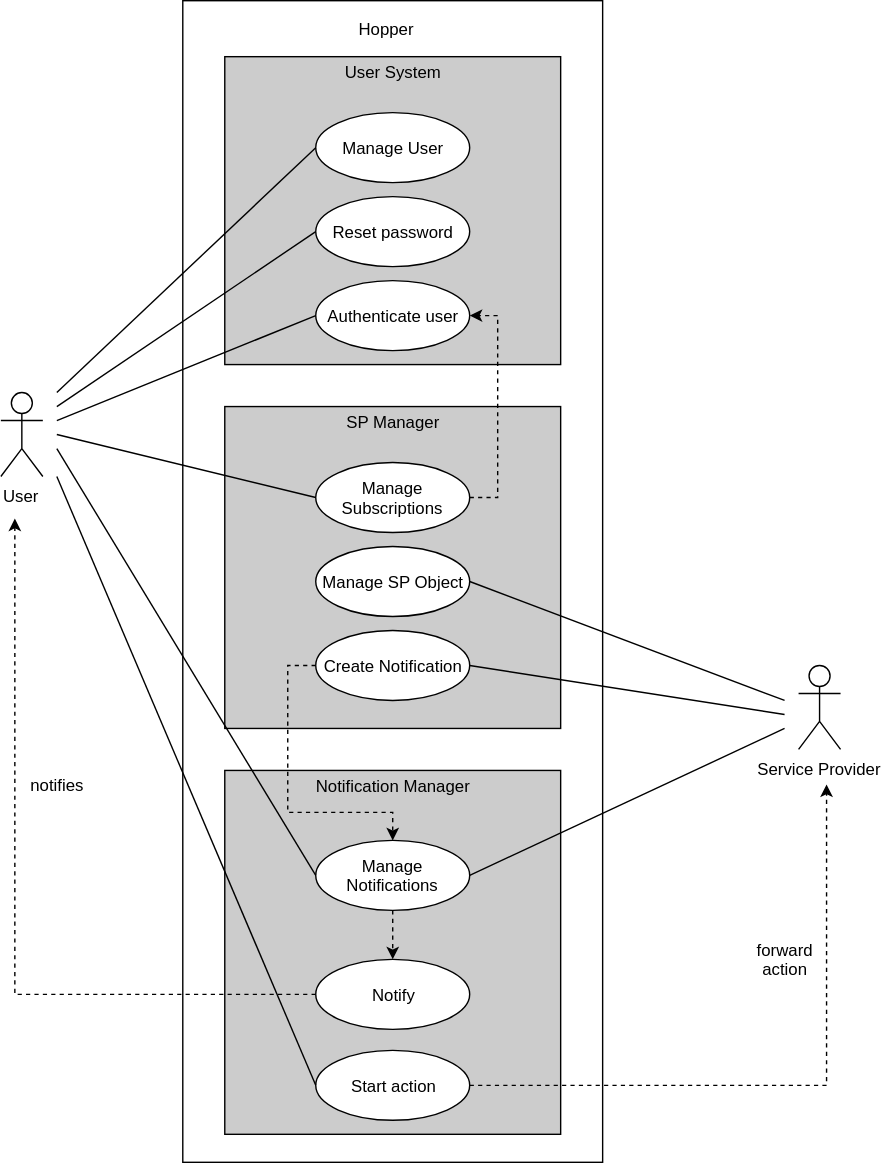
This is img/ucd.svg from hopperteam/hopper-doc, a draw.io export, as it was before one commit. Source tidied: cells renumbered, new cells last; positions are measured from the earlier drawing's top-left corner, leaving out a move shared by most shapes.
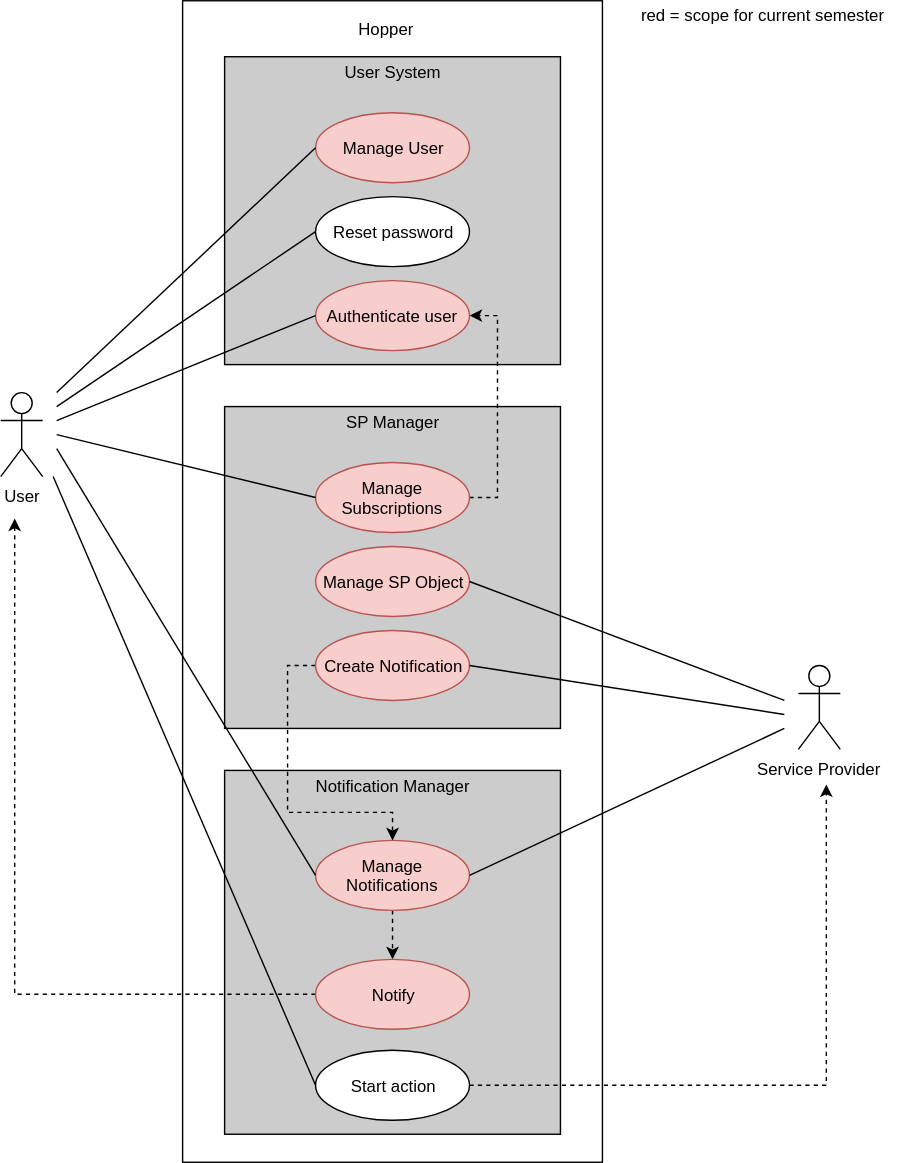
The same diagram one commit later.

Commit message:
Update scope in ucd

What changed in the source:
```diff
@@ -2,78 +2,78 @@
   <root>
     <mxCell id="0" />
     <mxCell id="1" parent="0" />
-    <mxCell id="2" style="rounded=0;whiteSpace=wrap;html=1;fillColor=#ffffff;" parent="1" vertex="1">
-      <mxGeometry x="130" width="300" height="830" as="geometry" />
-    </mxCell>
+    <mxCell id="34" style="rounded=0;whiteSpace=wrap;html=1;fillColor=#ffffff;" parent="1" vertex="1">
+      <mxGeometry x="130" width="300" height="830" as="geometry" />
+    </mxCell>
     <mxCell id="3" value="&lt;p style=&quot;margin: 0px ; margin-top: 4px ; text-align: center&quot;&gt;User System&lt;/p&gt;" style="verticalAlign=top;align=left;overflow=fill;fontSize=12;fontFamily=Helvetica;html=1;fillColor=#CCCCCC;" parent="1" vertex="1">
       <mxGeometry x="160" y="40" width="240" height="220" as="geometry" />
     </mxCell>
     <mxCell id="4" value="User" style="shape=umlActor;verticalLabelPosition=bottom;labelBackgroundColor=#ffffff;verticalAlign=top;html=1;" parent="1" vertex="1">
       <mxGeometry y="280" width="30" height="60" as="geometry" />
     </mxCell>
-    <mxCell id="5" value="Manage User" style="ellipse;whiteSpace=wrap;html=1;" parent="1" vertex="1">
+    <mxCell id="5" value="Manage User" style="ellipse;whiteSpace=wrap;html=1;fillColor=#f8cecc;strokeColor=#b85450;" parent="1" vertex="1">
       <mxGeometry x="225" y="80" width="110" height="50" as="geometry" />
     </mxCell>
-    <mxCell id="6" style="endArrow=none;html=1;entryX=0;entryY=0.5;entryDx=0;entryDy=0;" parent="1" edge="1" target="5">
-      <mxGeometry relative="1" as="geometry">
-        <mxPoint x="40" y="280" as="sourcePoint" />
-      </mxGeometry>
-    </mxCell>
+    <mxCell id="35" style="endArrow=none;html=1;entryX=0;entryY=0.5;entryDx=0;entryDy=0;" parent="1" edge="1" target="5">
+      <mxGeometry relative="1" as="geometry">
+        <mxPoint x="40" y="280" as="sourcePoint" />
+      </mxGeometry>
+    </mxCell>
     <mxCell id="7" value="Reset password" style="ellipse;whiteSpace=wrap;html=1;" parent="1" vertex="1">
       <mxGeometry x="225" y="140" width="110" height="50" as="geometry" />
     </mxCell>
-    <mxCell id="8" style="endArrow=none;html=1;entryX=0;entryY=0.5;entryDx=0;entryDy=0;" parent="1" edge="1" target="7">
-      <mxGeometry relative="1" as="geometry">
-        <mxPoint x="40" y="290" as="sourcePoint" />
-      </mxGeometry>
-    </mxCell>
+    <mxCell id="36" style="endArrow=none;html=1;entryX=0;entryY=0.5;entryDx=0;entryDy=0;" parent="1" edge="1" target="7">
+      <mxGeometry relative="1" as="geometry">
+        <mxPoint x="40" y="290" as="sourcePoint" />
+      </mxGeometry>
+    </mxCell>
     <mxCell id="9" value="&lt;p style=&quot;margin: 0px ; margin-top: 4px ; text-align: center&quot;&gt;SP Manager&lt;/p&gt;" style="verticalAlign=top;align=left;overflow=fill;fontSize=12;fontFamily=Helvetica;html=1;gradientColor=none;fillColor=#CCCCCC;" parent="1" vertex="1">
       <mxGeometry x="160" y="290" width="240" height="230" as="geometry" />
     </mxCell>
-    <mxCell id="10" value="Manage SP Object" style="ellipse;whiteSpace=wrap;html=1;" parent="1" vertex="1">
+    <mxCell id="10" value="Manage SP Object" style="ellipse;whiteSpace=wrap;html=1;fillColor=#f8cecc;strokeColor=#b85450;" parent="1" vertex="1">
       <mxGeometry x="225" y="390" width="110" height="50" as="geometry" />
     </mxCell>
     <mxCell id="11" style="edgeStyle=orthogonalEdgeStyle;rounded=0;jettySize=auto;html=1;exitX=1;exitY=0.5;exitDx=0;exitDy=0;entryX=1;entryY=0.5;entryDx=0;entryDy=0;dashed=1;" parent="1" edge="1" source="12" target="13">
       <mxGeometry relative="1" as="geometry" />
     </mxCell>
-    <mxCell id="12" value="Manage Subscriptions" style="ellipse;whiteSpace=wrap;html=1;" parent="1" vertex="1">
+    <mxCell id="12" value="Manage Subscriptions" style="ellipse;whiteSpace=wrap;html=1;fillColor=#f8cecc;strokeColor=#b85450;" parent="1" vertex="1">
       <mxGeometry x="225" y="330" width="110" height="50" as="geometry" />
     </mxCell>
-    <mxCell id="13" value="Authenticate user" style="ellipse;whiteSpace=wrap;html=1;" parent="1" vertex="1">
+    <mxCell id="13" value="Authenticate user" style="ellipse;whiteSpace=wrap;html=1;fillColor=#f8cecc;strokeColor=#b85450;" parent="1" vertex="1">
       <mxGeometry x="225" y="200" width="110" height="50" as="geometry" />
     </mxCell>
     <mxCell id="14" value="Service Provider" style="shape=umlActor;verticalLabelPosition=bottom;labelBackgroundColor=#ffffff;verticalAlign=top;html=1;" parent="1" vertex="1">
       <mxGeometry x="570" y="475" width="30" height="60" as="geometry" />
     </mxCell>
-    <mxCell id="15" style="endArrow=none;html=1;entryX=1;entryY=0.5;entryDx=0;entryDy=0;" parent="1" edge="1" target="10">
-      <mxGeometry relative="1" as="geometry">
-        <mxPoint x="560" y="500" as="sourcePoint" />
-      </mxGeometry>
-    </mxCell>
-    <mxCell id="16" style="endArrow=none;html=1;entryX=0;entryY=0.5;entryDx=0;entryDy=0;" parent="1" edge="1" target="12">
-      <mxGeometry relative="1" as="geometry">
-        <mxPoint x="40" y="310" as="sourcePoint" />
-      </mxGeometry>
-    </mxCell>
-    <mxCell id="17" style="endArrow=none;html=1;entryX=0;entryY=0.5;entryDx=0;entryDy=0;" parent="1" edge="1" target="13">
-      <mxGeometry relative="1" as="geometry">
-        <mxPoint x="40" y="300" as="sourcePoint" />
-      </mxGeometry>
-    </mxCell>
+    <mxCell id="37" style="endArrow=none;html=1;entryX=1;entryY=0.5;entryDx=0;entryDy=0;" parent="1" edge="1" target="10">
+      <mxGeometry relative="1" as="geometry">
+        <mxPoint x="560" y="500" as="sourcePoint" />
+      </mxGeometry>
+    </mxCell>
+    <mxCell id="38" style="endArrow=none;html=1;entryX=0;entryY=0.5;entryDx=0;entryDy=0;" parent="1" edge="1" target="12">
+      <mxGeometry relative="1" as="geometry">
+        <mxPoint x="40" y="310" as="sourcePoint" />
+      </mxGeometry>
+    </mxCell>
+    <mxCell id="39" style="endArrow=none;html=1;entryX=0;entryY=0.5;entryDx=0;entryDy=0;" parent="1" edge="1" target="13">
+      <mxGeometry relative="1" as="geometry">
+        <mxPoint x="40" y="300" as="sourcePoint" />
+      </mxGeometry>
+    </mxCell>
     <mxCell id="18" value="&lt;p style=&quot;margin: 0px ; margin-top: 4px ; text-align: center&quot;&gt;Notification Manager&lt;/p&gt;" style="verticalAlign=top;align=left;overflow=fill;fontSize=12;fontFamily=Helvetica;html=1;fillColor=#CCCCCC;" parent="1" vertex="1">
       <mxGeometry x="160" y="550" width="240" height="260" as="geometry" />
     </mxCell>
     <mxCell id="19" style="edgeStyle=orthogonalEdgeStyle;rounded=0;jettySize=auto;html=1;exitX=0.5;exitY=1;exitDx=0;exitDy=0;entryX=0.5;entryY=0;entryDx=0;entryDy=0;dashed=1;" parent="1" edge="1" source="20" target="27">
       <mxGeometry relative="1" as="geometry" />
     </mxCell>
-    <mxCell id="20" value="Manage Notifications" style="ellipse;whiteSpace=wrap;html=1;" parent="1" vertex="1">
+    <mxCell id="20" value="Manage Notifications" style="ellipse;whiteSpace=wrap;html=1;fillColor=#f8cecc;strokeColor=#b85450;" parent="1" vertex="1">
       <mxGeometry x="225" y="600" width="110" height="50" as="geometry" />
     </mxCell>
-    <mxCell id="21" style="endArrow=none;html=1;entryX=1;entryY=0.5;entryDx=0;entryDy=0;" parent="1" edge="1" target="20">
-      <mxGeometry relative="1" as="geometry">
-        <mxPoint x="560" y="520" as="sourcePoint" />
-      </mxGeometry>
-    </mxCell>
+    <mxCell id="40" style="endArrow=none;html=1;entryX=1;entryY=0.5;entryDx=0;entryDy=0;" parent="1" edge="1" target="20">
+      <mxGeometry relative="1" as="geometry">
+        <mxPoint x="560" y="520" as="sourcePoint" />
+      </mxGeometry>
+    </mxCell>
     <mxCell id="22" style="edgeStyle=orthogonalEdgeStyle;rounded=0;jettySize=auto;html=1;exitX=0;exitY=0.5;exitDx=0;exitDy=0;dashed=1;entryX=0.5;entryY=0;entryDx=0;entryDy=0;" parent="1" edge="1" source="23" target="20">
       <mxGeometry relative="1" as="geometry">
         <Array as="points">
@@ -83,52 +83,49 @@
         </Array>
       </mxGeometry>
     </mxCell>
-    <mxCell id="23" value="Create Notification" style="ellipse;whiteSpace=wrap;html=1;" parent="1" vertex="1">
+    <mxCell id="23" value="Create Notification" style="ellipse;whiteSpace=wrap;html=1;fillColor=#f8cecc;strokeColor=#b85450;" parent="1" vertex="1">
       <mxGeometry x="225" y="450" width="110" height="50" as="geometry" />
     </mxCell>
-    <mxCell id="24" style="endArrow=none;html=1;entryX=1;entryY=0.5;entryDx=0;entryDy=0;" parent="1" edge="1" target="23">
-      <mxGeometry relative="1" as="geometry">
-        <mxPoint x="560" y="510" as="sourcePoint" />
-      </mxGeometry>
-    </mxCell>
-    <mxCell id="25" style="endArrow=none;html=1;entryX=0;entryY=0.5;entryDx=0;entryDy=0;" parent="1" edge="1" target="20">
-      <mxGeometry relative="1" as="geometry">
-        <mxPoint x="40" y="320" as="sourcePoint" />
-      </mxGeometry>
-    </mxCell>
-    <mxCell id="26" style="edgeStyle=orthogonalEdgeStyle;rounded=0;jettySize=auto;html=1;exitX=0;exitY=0.5;exitDx=0;exitDy=0;dashed=1;" parent="1" edge="1" source="27">
-      <mxGeometry relative="1" as="geometry">
-        <mxPoint x="10" y="370" as="targetPoint" />
-      </mxGeometry>
-    </mxCell>
+    <mxCell id="41" style="endArrow=none;html=1;entryX=1;entryY=0.5;entryDx=0;entryDy=0;" parent="1" edge="1" target="23">
+      <mxGeometry relative="1" as="geometry">
+        <mxPoint x="560" y="510" as="sourcePoint" />
+      </mxGeometry>
+    </mxCell>
+    <mxCell id="42" style="endArrow=none;html=1;entryX=0;entryY=0.5;entryDx=0;entryDy=0;" parent="1" edge="1" target="20">
+      <mxGeometry relative="1" as="geometry">
+        <mxPoint x="40" y="320" as="sourcePoint" />
+      </mxGeometry>
+    </mxCell>
+    <mxCell id="43" style="edgeStyle=orthogonalEdgeStyle;rounded=0;jettySize=auto;html=1;exitX=0;exitY=0.5;exitDx=0;exitDy=0;dashed=1;" parent="1" edge="1" source="27">
+      <mxGeometry relative="1" as="geometry">
+        <mxPoint x="10" y="370" as="targetPoint" />
+      </mxGeometry>
+    </mxCell>
-    <mxCell id="27" value="Notify" style="ellipse;whiteSpace=wrap;html=1;" parent="1" vertex="1">
+    <mxCell id="27" value="Notify" style="ellipse;whiteSpace=wrap;html=1;fillColor=#f8cecc;strokeColor=#b85450;" parent="1" vertex="1">
       <mxGeometry x="225" y="685" width="110" height="50" as="geometry" />
     </mxCell>
-    <mxCell id="28" style="edgeStyle=orthogonalEdgeStyle;rounded=0;jettySize=auto;html=1;exitX=1;exitY=0.5;exitDx=0;exitDy=0;dashed=1;" parent="1" edge="1" source="29">
-      <mxGeometry relative="1" as="geometry">
-        <mxPoint x="590" y="560" as="targetPoint" />
-        <Array as="points">
-          <mxPoint x="590" y="775" />
-          <mxPoint x="590" y="570" />
-        </Array>
-      </mxGeometry>
-    </mxCell>
+    <mxCell id="44" style="edgeStyle=orthogonalEdgeStyle;rounded=0;jettySize=auto;html=1;exitX=1;exitY=0.5;exitDx=0;exitDy=0;dashed=1;" parent="1" edge="1" source="29">
+      <mxGeometry relative="1" as="geometry">
+        <mxPoint x="590" y="560" as="targetPoint" />
+        <Array as="points">
+          <mxPoint x="590" y="775" />
+          <mxPoint x="590" y="570" />
+        </Array>
+      </mxGeometry>
+    </mxCell>
     <mxCell id="29" value="Start action" style="ellipse;whiteSpace=wrap;html=1;" parent="1" vertex="1">
       <mxGeometry x="225" y="750" width="110" height="50" as="geometry" />
     </mxCell>
-    <mxCell id="30" style="endArrow=none;html=1;entryX=0;entryY=0.5;entryDx=0;entryDy=0;" parent="1" edge="1" target="29">
-      <mxGeometry relative="1" as="geometry">
-        <mxPoint x="40" y="340" as="sourcePoint" />
-      </mxGeometry>
-    </mxCell>
+    <mxCell id="45" style="endArrow=none;html=1;entryX=0;entryY=0.5;entryDx=0;entryDy=0;" parent="1" edge="1" target="29">
+      <mxGeometry relative="1" as="geometry">
+        <mxPoint x="37.5" y="340" as="sourcePoint" />
+      </mxGeometry>
+    </mxCell>
     <mxCell id="31" value="Hopper" style="text;html=1;align=center;verticalAlign=middle;fillColor=none;strokeColor=none;rounded=0;" parent="1" vertex="1">
       <mxGeometry x="250" y="10" width="50" height="20" as="geometry" />
     </mxCell>
-    <mxCell id="32" value="notifies" style="text;html=1;strokeColor=none;fillColor=none;align=center;verticalAlign=middle;whiteSpace=wrap;rounded=0;" parent="1" vertex="1">
-      <mxGeometry x="20" y="550" width="40" height="20" as="geometry" />
-    </mxCell>
-    <mxCell id="33" value="forward action" style="text;html=1;strokeColor=none;fillColor=none;align=center;verticalAlign=middle;whiteSpace=wrap;rounded=0;" parent="1" vertex="1">
-      <mxGeometry x="540" y="675" width="40" height="20" as="geometry" />
-    </mxCell>
+    <mxCell id="46" value="red = scope for current semester" style="text;html=1;align=center;verticalAlign=middle;" parent="1" vertex="1">
+      <mxGeometry x="450" width="190" height="20" as="geometry" />
+    </mxCell>
   </root>
 </mxGraphModel>
```
